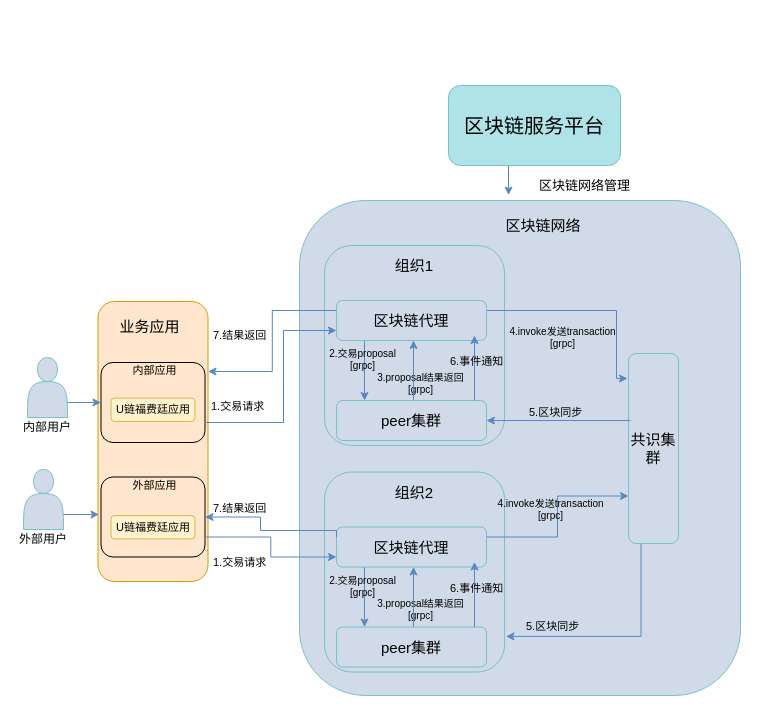
dilide/collections keeps this draw.io diagram as repository/drawio/postb/业务交互关系.drawio. Above is the earlier version. Source tidied: cells renumbered, new cells numbered last; positions are measured from the earlier drawing's top-left corner, leaving out a move shared by most shapes. Both pictures are drawn from the tidied source at 100%, with x=0, y=0 at pixel (17, 85).
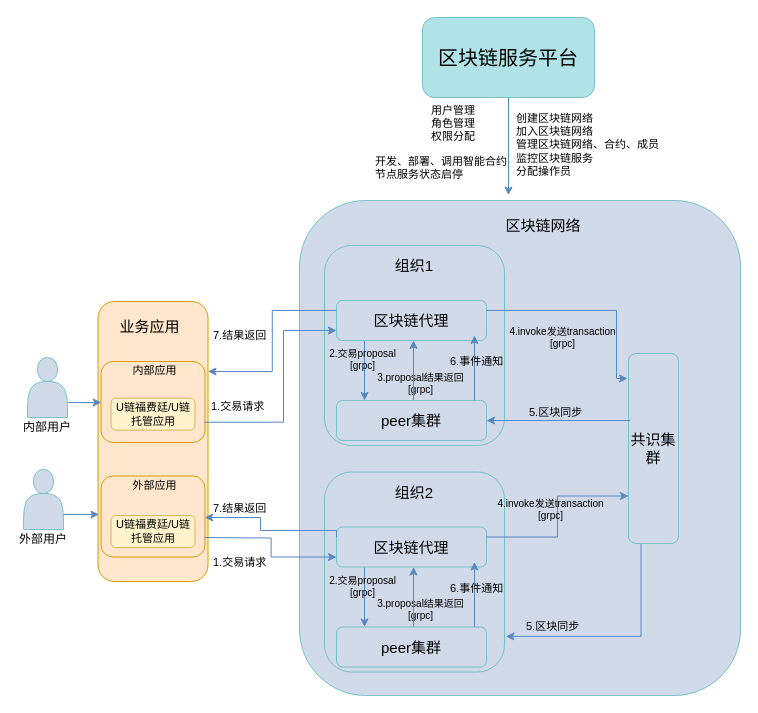
The same diagram, later.

Commit message:
Update 业务交互关系.drawio

The change refers to these unchanged cells:
```xml
<mxCell id="8" value="区块链代理" style="rounded=1;whiteSpace=wrap;html=1;strokeColor=#78C1C6;fillColor=#D0DAE8;fontSize=15;align=center;" parent="1" vertex="1">
  <mxGeometry x="319" y="215" width="150" height="40" as="geometry" />
</mxCell>
<mxCell id="17" style="group;fillColor=none;strokeColor=none;rounded=1;fontSize=11;" parent="1" vertex="1">
  <mxGeometry x="80.5" y="216" width="107" height="280" as="geometry" />
</mxCell>
<mxCell id="38" style="shape=actor;whiteSpace=wrap;html=1;rounded=1;strokeColor=#78C1C6;fillColor=#D0DAE8;fontSize=20;align=center;" parent="37" vertex="1">
  <mxGeometry x="6" width="40" height="60" as="geometry" />
</mxCell>
<mxCell id="49" value="区块链代理" style="rounded=1;whiteSpace=wrap;html=1;strokeColor=#78C1C6;fillColor=#D0DAE8;fontSize=15;align=center;" parent="45" vertex="1">
  <mxGeometry x="14.5" y="55" width="150" height="40" as="geometry" />
</mxCell>
```

The edit, as a diff of the source:
```diff
@@
-    <mxCell id="20" style="group;" parent="17" vertex="1">
+    <mxCell id="20" style="group;strokeColor=#D79B00;rounded=1;" parent="17" vertex="1">
       <mxGeometry x="3" y="60" width="104" height="81" as="geometry" />
     </mxCell>
-    <mxCell id="21" style="rounded=1;whiteSpace=wrap;html=1;strokeColor=#000000;fillColor=none;fontSize=11;align=center;" parent="20" vertex="1">
-      <mxGeometry y="1" width="104" height="80" as="geometry" />
-    </mxCell>
-    <mxCell id="22" value="U链福费廷应用" style="rounded=1;whiteSpace=wrap;html=1;strokeColor=#d6b656;fillColor=#fff2cc;fontSize=11;align=center;" parent="20" vertex="1">
-      <mxGeometry x="10" y="36.6" width="84" height="23.3" as="geometry" />
+    <mxCell id="22" value="U链福费廷/U链托管应用" style="rounded=1;whiteSpace=wrap;html=1;strokeColor=#d6b656;fillColor=#fff2cc;fontSize=11;align=center;" parent="20" vertex="1">
+      <mxGeometry x="10" y="36.6" width="84" height="32" as="geometry" />
     </mxCell>
@@
-    <mxCell id="24" style="group;" parent="17" vertex="1">
+    <mxCell id="24" style="group;strokeColor=#D79B00;rounded=1;" parent="17" vertex="1">
       <mxGeometry x="3" y="174.5" width="104" height="81" as="geometry" />
     </mxCell>
-    <mxCell id="25" style="rounded=1;whiteSpace=wrap;html=1;strokeColor=#000000;fillColor=none;fontSize=11;align=center;" parent="24" vertex="1">
-      <mxGeometry y="1" width="104" height="80" as="geometry" />
-    </mxCell>
-    <mxCell id="26" value="U链福费廷应用" style="rounded=1;whiteSpace=wrap;html=1;strokeColor=#d6b656;fillColor=#fff2cc;fontSize=11;align=center;" parent="24" vertex="1">
-      <mxGeometry x="10" y="39.6" width="84" height="23.3" as="geometry" />
+    <mxCell id="26" value="U链福费廷/U链托管应用" style="rounded=1;whiteSpace=wrap;html=1;strokeColor=#d6b656;fillColor=#fff2cc;fontSize=11;align=center;" parent="24" vertex="1">
+      <mxGeometry x="10" y="39.6" width="84" height="32" as="geometry" />
     </mxCell>
@@
     <mxCell id="34" value="区块链服务平台" style="rounded=1;whiteSpace=wrap;html=1;strokeColor=#78C1C6;fillColor=#AFE3E7;fontSize=20;align=center;" parent="1" vertex="1">
-      <mxGeometry x="431" width="172" height="80" as="geometry" />
+      <mxGeometry x="405" y="-68" width="172" height="80" as="geometry" />
     </mxCell>
@@
-    <mxCell id="36" value="区块链网络管理" style="text;html=1;align=left;verticalAlign=top;spacingTop=-4;fontSize=13;" parent="1" vertex="1">
-      <mxGeometry x="520" y="90" width="120" height="20" as="geometry" />
-    </mxCell>
@@
-    <mxCell id="43" style="edgeStyle=orthogonalEdgeStyle;rounded=0;jettySize=auto;html=1;exitX=1;exitY=0.75;exitDx=0;exitDy=0;entryX=0;entryY=0.5;entryDx=0;entryDy=0;strokeColor=#5888C1;fontSize=11;" parent="1" edge="1" source="38" target="21">
-      <mxGeometry relative="1" as="geometry" />
+    <mxCell id="43" style="edgeStyle=orthogonalEdgeStyle;rounded=0;jettySize=auto;html=1;exitX=1;exitY=0.75;exitDx=0;exitDy=0;entryX=0;entryY=0.5;entryDx=0;entryDy=0;strokeColor=#5888C1;fontSize=11;" parent="1" edge="1" source="38">
+      <mxGeometry relative="1" as="geometry">
+        <mxPoint x="83.7" y="316.7" as="targetPoint" />
+      </mxGeometry>
     </mxCell>
@@
-    <mxCell id="56" style="edgeStyle=orthogonalEdgeStyle;rounded=0;jettySize=auto;html=1;exitX=1;exitY=0.75;exitDx=0;exitDy=0;entryX=0;entryY=0.75;entryDx=0;entryDy=0;strokeColor=#5888C1;fontSize=11;" parent="1" edge="1" source="21" target="8">
+    <mxCell id="56" style="edgeStyle=orthogonalEdgeStyle;rounded=0;jettySize=auto;html=1;exitX=1;exitY=0.75;exitDx=0;exitDy=0;entryX=0;entryY=0.75;entryDx=0;entryDy=0;strokeColor=#5888C1;fontSize=11;" parent="1" edge="1" target="8">
       <mxGeometry relative="1" as="geometry">
+        <mxPoint x="187.2" y="336.7" as="sourcePoint" />
         <Array as="points">
           <mxPoint x="266" y="337" />
           <mxPoint x="266" y="245" />
         </Array>
       </mxGeometry>
     </mxCell>
-    <mxCell id="57" style="edgeStyle=orthogonalEdgeStyle;rounded=0;jettySize=auto;html=1;exitX=1;exitY=0.75;exitDx=0;exitDy=0;entryX=0;entryY=0.75;entryDx=0;entryDy=0;strokeColor=#5888C1;fontSize=11;" parent="1" edge="1" source="25" target="49">
-      <mxGeometry relative="1" as="geometry" />
+    <mxCell id="57" style="edgeStyle=orthogonalEdgeStyle;rounded=0;jettySize=auto;html=1;exitX=1;exitY=0.75;exitDx=0;exitDy=0;entryX=0;entryY=0.75;entryDx=0;entryDy=0;strokeColor=#5888C1;fontSize=11;" parent="1" edge="1" target="49">
+      <mxGeometry relative="1" as="geometry">
+        <mxPoint x="187.2" y="452" as="sourcePoint" />
+      </mxGeometry>
     </mxCell>
@@
-    <mxCell id="59" style="edgeStyle=orthogonalEdgeStyle;rounded=0;jettySize=auto;html=1;exitX=0;exitY=0.25;exitDx=0;exitDy=0;entryX=1;entryY=0.5;entryDx=0;entryDy=0;strokeColor=#5888C1;fontSize=11;" parent="1" edge="1" source="49" target="25">
+    <mxCell id="59" style="edgeStyle=orthogonalEdgeStyle;rounded=0;jettySize=auto;html=1;exitX=0;exitY=0.25;exitDx=0;exitDy=0;entryX=1;entryY=0.5;entryDx=0;entryDy=0;strokeColor=#5888C1;fontSize=11;" parent="1" edge="1" source="49">
       <mxGeometry relative="1" as="geometry">
+        <mxPoint x="187.2" y="432" as="targetPoint" />
         <Array as="points">
           <mxPoint x="319" y="445" />
           <mxPoint x="243" y="445" />
           <mxPoint x="243" y="432" />
         </Array>
       </mxGeometry>
     </mxCell>
@@
+    <mxCell id="64" value="用户管理&lt;br&gt;角色管理&lt;br&gt;权限分配" style="text;html=1;fontSize=11;" parent="1" vertex="1">
+      <mxGeometry x="412" y="12" width="54" height="53" as="geometry" />
+    </mxCell>
+    <mxCell id="65" value="创建区块链网络&lt;br&gt;加入区块链网络&lt;br&gt;管理区块链网络、合约、成员&lt;br&gt;监控区块链服务&lt;br&gt;分配操作员" style="text;html=1;fontSize=11;" parent="1" vertex="1">
+      <mxGeometry x="496.5" y="19.5" width="161" height="63" as="geometry" />
+    </mxCell>
+    <mxCell id="66" value="开发、部署、调用智能合约&lt;br&gt;节点服务状态启停" style="text;html=1;fontSize=11;" parent="1" vertex="1">
+      <mxGeometry x="356" y="62.5" width="149" height="40" as="geometry" />
+    </mxCell>
```
